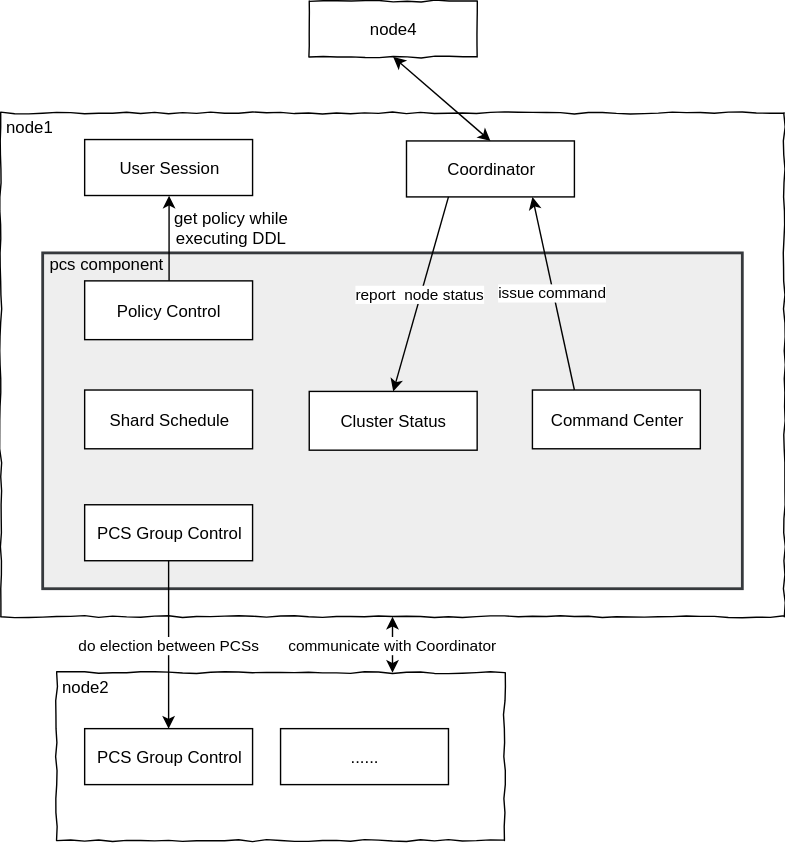
Earlier version of the draw.io export attachments/1672728973669.drawio.svg (simbahebinbo/smallfat.github.io). Source tidied: cells renumbered, new cells last; positions are measured from the earlier drawing's top-left corner, leaving out a move shared by most shapes.
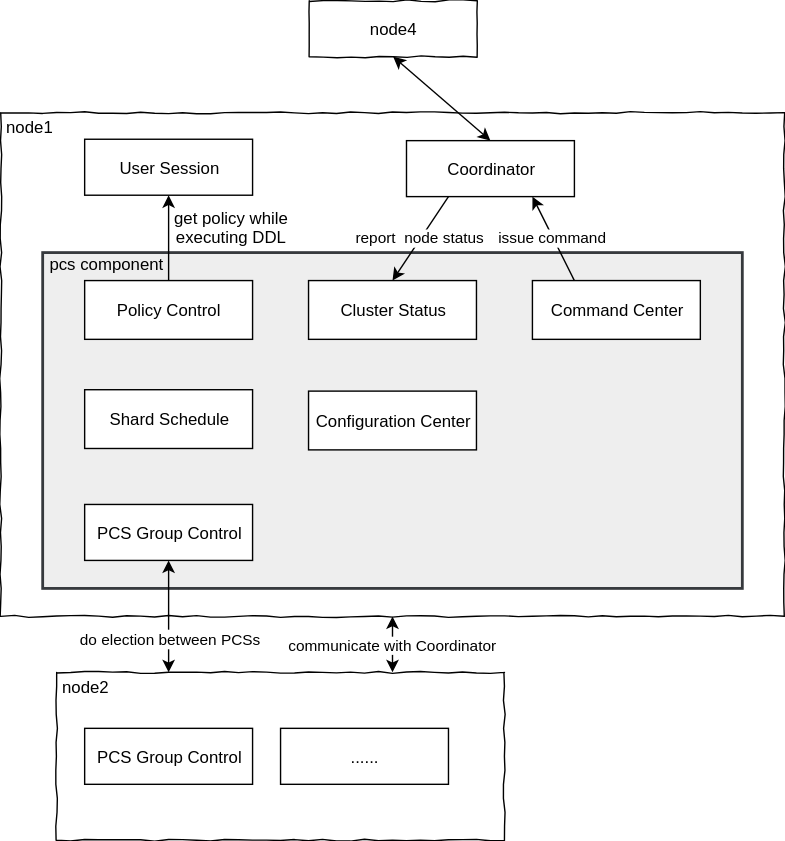
The same diagram one commit later.

Commit message:
添加附件 : attachments/1672728973669.drawio.svg

Change to the diagram source:
```diff
@@ -14,9 +14,6 @@
     <mxCell id="5" value="&lt;span style=&quot;white-space: normal&quot;&gt;PCS Group Control&lt;/span&gt;" style="whiteSpace=wrap;html=1;" parent="1" vertex="1">
       <mxGeometry x="60" y="520" width="120" height="40" as="geometry" />
     </mxCell>
-    <mxCell id="6" value="do election between PCSs" style="edgeStyle=orthogonalEdgeStyle;rounded=0;jettySize=auto;html=1;strokeColor=#000000;" parent="1" edge="1" source="7" target="5">
-      <mxGeometry relative="1" as="geometry" />
-    </mxCell>
     <mxCell id="7" value="PCS Group Control" style="whiteSpace=wrap;html=1;" parent="1" vertex="1">
       <mxGeometry x="60" y="360" width="120" height="40" as="geometry" />
     </mxCell>
@@ -33,10 +30,10 @@
       <mxGeometry x="60" y="278" width="120" height="42" as="geometry" />
     </mxCell>
     <mxCell id="12" value="Command Center" style="whiteSpace=wrap;html=1;" parent="1" vertex="1">
-      <mxGeometry x="380" y="278" width="120" height="42" as="geometry" />
+      <mxGeometry x="380" y="200" width="120" height="42" as="geometry" />
     </mxCell>
     <mxCell id="13" value="Cluster Status" style="whiteSpace=wrap;html=1;" parent="1" vertex="1">
-      <mxGeometry x="220.5" y="279" width="120" height="42" as="geometry" />
+      <mxGeometry x="220" y="200" width="120" height="42" as="geometry" />
     </mxCell>
     <mxCell id="14" value="&lt;span style=&quot;white-space: normal&quot;&gt;node4&lt;/span&gt;" style="whiteSpace=wrap;html=1;comic=1;" parent="1" vertex="1">
       <mxGeometry x="220.5" width="120" height="40" as="geometry" />
@@ -71,5 +68,14 @@
     <mxCell id="24" value="communicate with Coordinator" style="endArrow=classic;startArrow=classic;html=1;strokeColor=#000000;entryX=0.5;entryY=1;entryDx=0;entryDy=0;exitX=0.75;exitY=0;exitDx=0;exitDy=0;" parent="1" edge="1" source="2" target="3">
       <mxGeometry relative="1" as="geometry" />
     </mxCell>
+    <mxCell id="25" value="Configuration Center" style="whiteSpace=wrap;html=1;" parent="1" vertex="1">
+      <mxGeometry x="220" y="279" width="120" height="42" as="geometry" />
+    </mxCell>
+    <mxCell id="26" style="endArrow=classic;startArrow=classic;html=1;strokeColor=#000000;entryX=0.5;entryY=1;entryDx=0;entryDy=0;exitX=0.25;exitY=0;exitDx=0;exitDy=0;" parent="1" edge="1" source="2" target="7">
+      <mxGeometry relative="1" as="geometry" />
+    </mxCell>
+    <mxCell id="6" value="&lt;span style=&quot;font-size: 11px&quot;&gt;do election between PCSs&lt;/span&gt;" style="text;html=1;align=center;verticalAlign=middle;labelBackgroundColor=#ffffff;" parent="26" vertex="1">
+      <mxGeometry x="-0.38" y="-1" relative="1" as="geometry" />
+    </mxCell>
   </root>
 </mxGraphModel>
```
